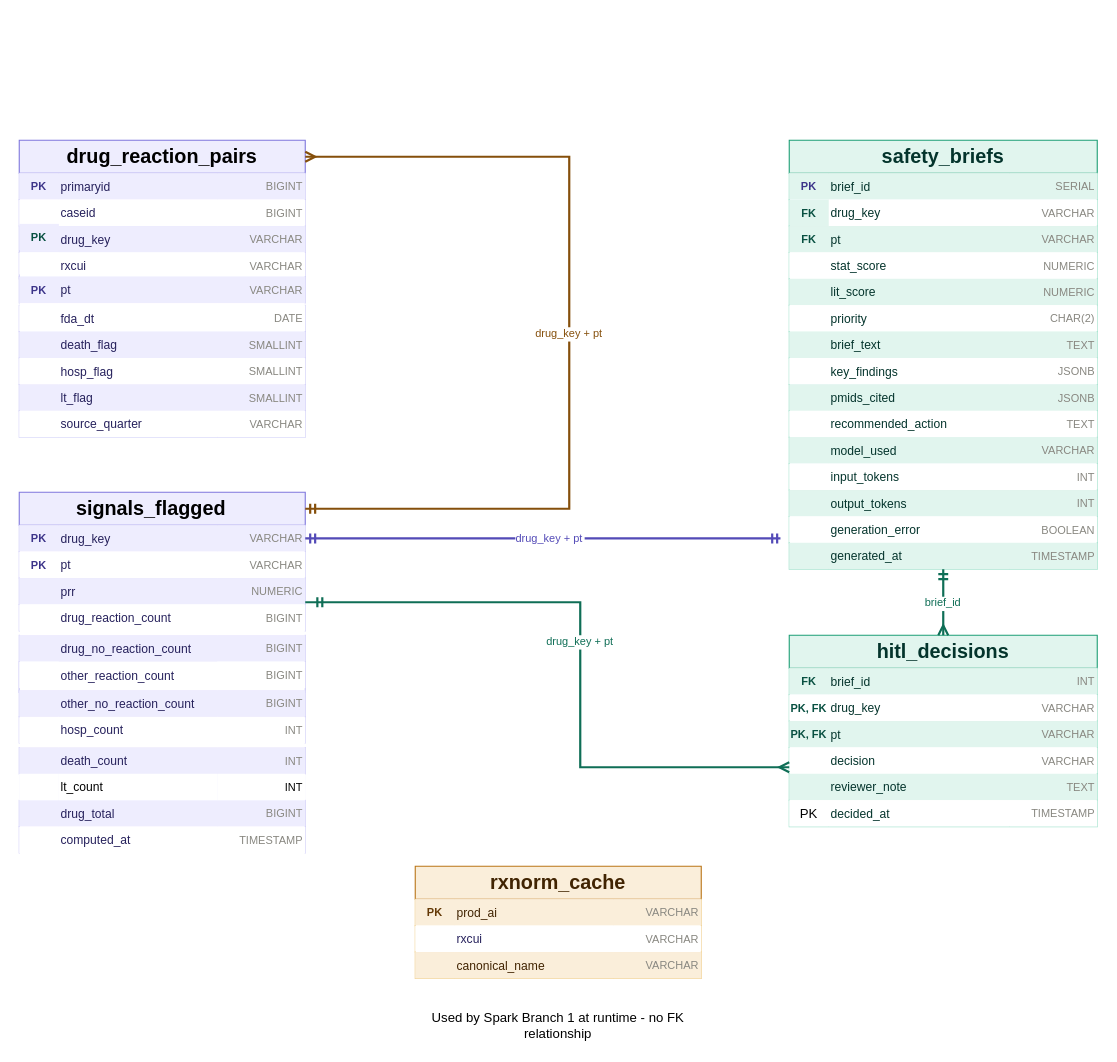
BigDataIA-Sat-Spring26-Team-2/Medsignal_Team2 keeps this draw.io diagram as data/erd/MedSignal ERD.drawio. Above is the earlier version. Source tidied: cells renumbered, new cells numbered last; positions are measured from the earlier drawing's top-left corner, leaving out a move shared by most shapes. Both pictures are drawn from the tidied source at 110%, with x=0, y=0 at pixel (19, 140).
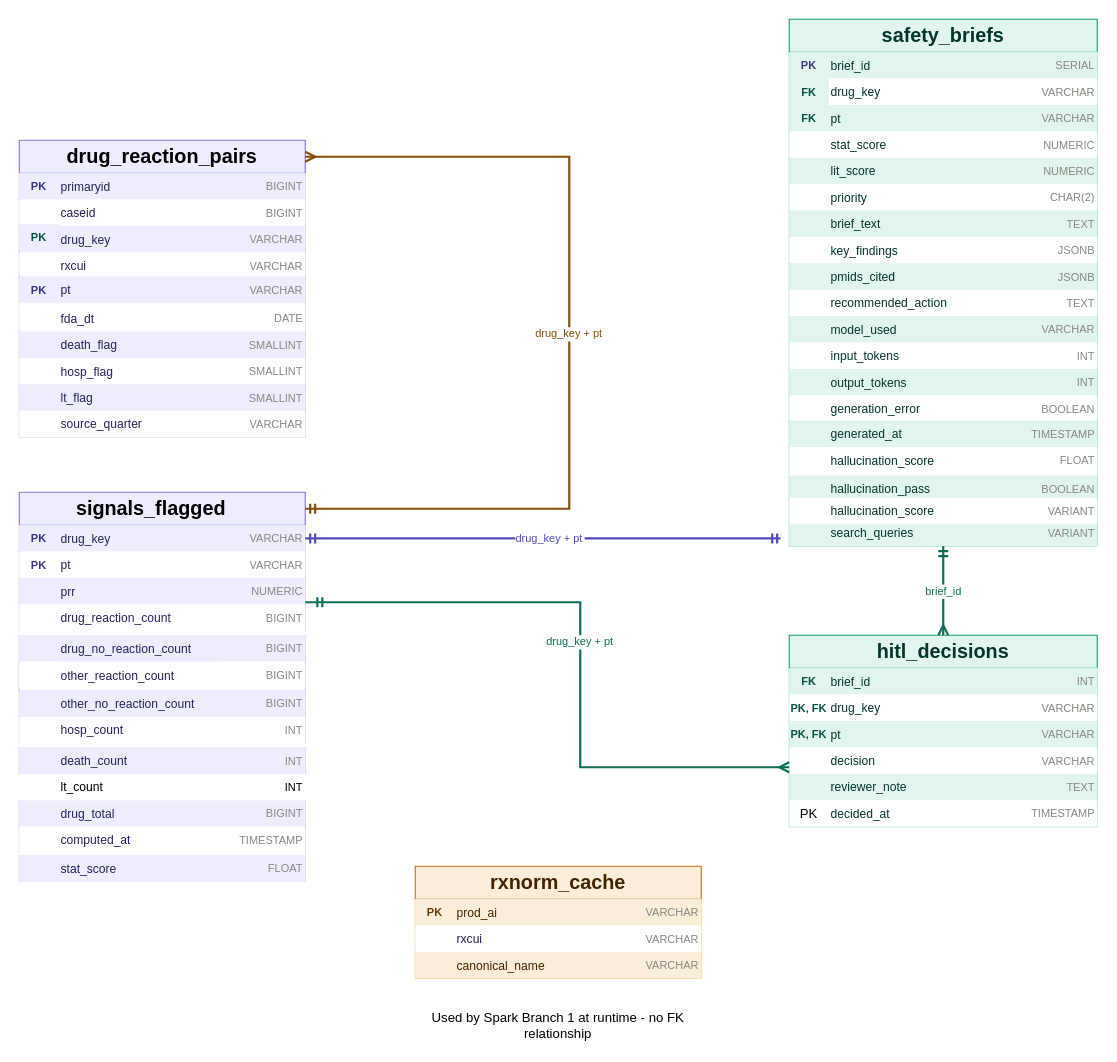
After the change.

Change to the diagram source:
```diff
@@
     <mxCell id="88" style="shape=tableRow;horizontal=0;startSize=0;swimlaneHead=1;swimlaneBody=0;fillColor=#E1F5EE;strokeColor=#1D9E75;fontStyle=1;align=center;fontColor=#04342C;fontSize=12;top=1;left=1;right=1;bottom=1;" parent="1" vertex="1">
-      <mxGeometry x="700" width="280" height="30" as="geometry" />
+      <mxGeometry x="700" y="-110" width="280" height="30" as="geometry" />
     </mxCell>
@@
     <mxCell id="90" style="shape=tableRow;horizontal=0;startSize=0;swimlaneHead=0;swimlaneBody=0;fillColor=#E1F5EE;strokeColor=#9FE1CB;top=0;left=1;right=1;bottom=0;" parent="1" vertex="1">
-      <mxGeometry x="700" y="30" width="280" height="24" as="geometry" />
+      <mxGeometry x="700" y="-80" width="280" height="24" as="geometry" />
     </mxCell>
@@
     <mxCell id="94" style="shape=tableRow;horizontal=0;startSize=0;swimlaneHead=0;swimlaneBody=0;fillColor=#ffffff;strokeColor=#9FE1CB;top=0;left=1;right=1;bottom=0;" parent="1" vertex="1">
-      <mxGeometry x="700" y="54" width="280" height="24" as="geometry" />
+      <mxGeometry x="700" y="-56" width="280" height="24" as="geometry" />
     </mxCell>
@@
     <mxCell id="98" style="shape=tableRow;horizontal=0;startSize=0;swimlaneHead=0;swimlaneBody=0;fillColor=#E1F5EE;strokeColor=#9FE1CB;top=0;left=1;right=1;bottom=0;" parent="1" vertex="1">
-      <mxGeometry x="700" y="78" width="280" height="24" as="geometry" />
+      <mxGeometry x="700" y="-32" width="280" height="24" as="geometry" />
     </mxCell>
@@
     <mxCell id="102" style="shape=tableRow;horizontal=0;startSize=0;swimlaneHead=0;swimlaneBody=0;fillColor=#ffffff;strokeColor=#9FE1CB;top=0;left=1;right=1;bottom=0;" parent="1" vertex="1">
-      <mxGeometry x="700" y="102" width="280" height="24" as="geometry" />
+      <mxGeometry x="700" y="-8" width="280" height="24" as="geometry" />
     </mxCell>
@@
     <mxCell id="106" style="shape=tableRow;horizontal=0;startSize=0;swimlaneHead=0;swimlaneBody=0;fillColor=#E1F5EE;strokeColor=#9FE1CB;top=0;left=1;right=1;bottom=0;" parent="1" vertex="1">
-      <mxGeometry x="700" y="126" width="280" height="24" as="geometry" />
+      <mxGeometry x="700" y="16" width="280" height="24" as="geometry" />
     </mxCell>
@@
     <mxCell id="110" style="shape=tableRow;horizontal=0;startSize=0;swimlaneHead=0;swimlaneBody=0;fillColor=#ffffff;strokeColor=#9FE1CB;top=0;left=1;right=1;bottom=0;" parent="1" vertex="1">
-      <mxGeometry x="700" y="150" width="280" height="24" as="geometry" />
+      <mxGeometry x="700" y="40" width="280" height="24" as="geometry" />
     </mxCell>
@@
     <mxCell id="114" style="shape=tableRow;horizontal=0;startSize=0;swimlaneHead=0;swimlaneBody=0;fillColor=#E1F5EE;strokeColor=#9FE1CB;top=0;left=1;right=1;bottom=0;" parent="1" vertex="1">
-      <mxGeometry x="700" y="174" width="280" height="24" as="geometry" />
+      <mxGeometry x="700" y="64" width="280" height="24" as="geometry" />
     </mxCell>
@@
     <mxCell id="118" style="shape=tableRow;horizontal=0;startSize=0;swimlaneHead=0;swimlaneBody=0;fillColor=#ffffff;strokeColor=#9FE1CB;top=0;left=1;right=1;bottom=0;" parent="1" vertex="1">
-      <mxGeometry x="700" y="198" width="280" height="24" as="geometry" />
+      <mxGeometry x="700" y="88" width="280" height="24" as="geometry" />
     </mxCell>
@@
     <mxCell id="122" style="shape=tableRow;horizontal=0;startSize=0;swimlaneHead=0;swimlaneBody=0;fillColor=#E1F5EE;strokeColor=#9FE1CB;top=0;left=1;right=1;bottom=0;" parent="1" vertex="1">
-      <mxGeometry x="700" y="222" width="280" height="24" as="geometry" />
+      <mxGeometry x="700" y="112" width="280" height="24" as="geometry" />
     </mxCell>
@@
     <mxCell id="126" style="shape=tableRow;horizontal=0;startSize=0;swimlaneHead=0;swimlaneBody=0;fillColor=#ffffff;strokeColor=#9FE1CB;top=0;left=1;right=1;bottom=0;" parent="1" vertex="1">
-      <mxGeometry x="700" y="246" width="280" height="24" as="geometry" />
+      <mxGeometry x="700" y="136" width="280" height="24" as="geometry" />
     </mxCell>
@@
     <mxCell id="130" style="shape=tableRow;horizontal=0;startSize=0;swimlaneHead=0;swimlaneBody=0;fillColor=#E1F5EE;strokeColor=#9FE1CB;top=0;left=1;right=1;bottom=0;" parent="1" vertex="1">
-      <mxGeometry x="700" y="270" width="280" height="24" as="geometry" />
+      <mxGeometry x="700" y="160" width="280" height="24" as="geometry" />
     </mxCell>
@@
     <mxCell id="134" style="shape=tableRow;horizontal=0;startSize=0;swimlaneHead=0;swimlaneBody=0;fillColor=#ffffff;strokeColor=#9FE1CB;top=0;left=1;right=1;bottom=0;" parent="1" vertex="1">
-      <mxGeometry x="700" y="294" width="280" height="24" as="geometry" />
+      <mxGeometry x="700" y="184" width="280" height="24" as="geometry" />
     </mxCell>
@@
     <mxCell id="138" style="shape=tableRow;horizontal=0;startSize=0;swimlaneHead=0;swimlaneBody=0;fillColor=#E1F5EE;strokeColor=#9FE1CB;top=0;left=1;right=1;bottom=0;" parent="1" vertex="1">
-      <mxGeometry x="700" y="318" width="280" height="24" as="geometry" />
+      <mxGeometry x="700" y="208" width="280" height="24" as="geometry" />
     </mxCell>
@@
     <mxCell id="142" style="shape=tableRow;horizontal=0;startSize=0;swimlaneHead=0;swimlaneBody=0;fillColor=#ffffff;strokeColor=#9FE1CB;top=0;left=1;right=1;bottom=0;" parent="1" vertex="1">
-      <mxGeometry x="700" y="342" width="280" height="24" as="geometry" />
+      <mxGeometry x="700" y="232" width="280" height="24" as="geometry" />
     </mxCell>
@@
     <mxCell id="146" style="shape=tableRow;horizontal=0;startSize=0;swimlaneHead=0;swimlaneBody=0;fillColor=#E1F5EE;strokeColor=#9FE1CB;top=0;left=1;right=1;bottom=1;" parent="1" vertex="1">
-      <mxGeometry x="700" y="366" width="280" height="24" as="geometry" />
+      <mxGeometry x="700" y="345" width="280" height="24" as="geometry" />
     </mxCell>
@@
-    <mxCell id="148" value="generated_at" style="shape=partialRectangle;overflow=hidden;fillColor=#E1F5EE;strokeColor=none;fontSize=11;fontColor=#04342C;align=left;" parent="146" vertex="1">
+    <mxCell id="148" value="search_queries" style="shape=partialRectangle;overflow=hidden;fillColor=#E1F5EE;strokeColor=none;fontSize=11;fontColor=#04342C;align=left;" parent="146" vertex="1">
       <mxGeometry x="36" width="164" height="24" as="geometry" />
     </mxCell>
-    <mxCell id="149" value="TIMESTAMP" style="shape=partialRectangle;overflow=hidden;fillColor=#E1F5EE;strokeColor=none;fontSize=10;fontColor=#888780;align=right;" parent="146" vertex="1">
+    <mxCell id="149" value="VARIANT" style="shape=partialRectangle;overflow=hidden;fillColor=#E1F5EE;strokeColor=none;fontSize=10;fontColor=#888780;align=right;" parent="146" vertex="1">
       <mxGeometry x="200" width="80" height="24" as="geometry" />
     </mxCell>
@@
-    <mxCell id="177" value="brief_id" style="edgeStyle=orthogonalEdgeStyle;rounded=0;orthogonalLoop=1;jettySize=auto;strokeColor=#0F6E56;strokeWidth=2;fontColor=#0F6E56;fontSize=10;endArrow=ERmany;endFill=0;startArrow=ERmandOne;startFill=0;" parent="1" edge="1">
+    <mxCell id="177" value="brief_id" style="edgeStyle=orthogonalEdgeStyle;rounded=0;jettySize=auto;strokeColor=#0F6E56;strokeWidth=2;fontColor=#0F6E56;fontSize=10;endArrow=ERmany;endFill=0;startArrow=ERmandOne;startFill=0;exitX=0.5;exitY=1;exitDx=0;exitDy=0;" parent="1" edge="1" source="146">
       <mxGeometry relative="1" as="geometry">
-        <mxPoint x="840" y="390" as="sourcePoint" />
         <mxPoint x="840" y="450" as="targetPoint" />
-        <Array as="points">
-          <mxPoint x="840" y="420" />
-          <mxPoint x="840" y="465" />
-        </Array>
       </mxGeometry>
     </mxCell>
@@
+    <mxCell id="201" style="shape=tableRow;horizontal=0;startSize=0;swimlaneHead=0;swimlaneBody=0;fillColor=#EEEDFE;strokeColor=#d0cef7;top=0;left=1;right=1;bottom=0;" parent="1" vertex="1">
+      <mxGeometry y="650" width="260" height="24" as="geometry" />
+    </mxCell>
+    <mxCell id="202" style="shape=partialRectangle;overflow=hidden;fillColor=#EEEDFE;strokeColor=none;" parent="201" vertex="1">
+      <mxGeometry width="36" height="24" as="geometry" />
+    </mxCell>
+    <mxCell id="203" value="stat_score" style="shape=partialRectangle;overflow=hidden;fillColor=#EEEDFE;strokeColor=none;fontSize=11;fontColor=#26215C;align=left;" parent="201" vertex="1">
+      <mxGeometry x="36" width="144" height="24" as="geometry" />
+    </mxCell>
+    <mxCell id="204" value="FLOAT" style="shape=partialRectangle;overflow=hidden;fillColor=#EEEDFE;strokeColor=none;fontSize=10;fontColor=#888780;align=right;" parent="201" vertex="1">
+      <mxGeometry x="180" width="80" height="24" as="geometry" />
+    </mxCell>
+    <mxCell id="205" style="shape=tableRow;horizontal=0;startSize=0;swimlaneHead=0;swimlaneBody=0;fillColor=#E1F5EE;strokeColor=#9FE1CB;top=0;left=1;right=1;bottom=0;" parent="1" vertex="1">
+      <mxGeometry x="700" y="255" width="280" height="24" as="geometry" />
+    </mxCell>
+    <mxCell id="206" style="shape=partialRectangle;overflow=hidden;fillColor=#E1F5EE;strokeColor=none;" parent="205" vertex="1">
+      <mxGeometry width="36" height="24" as="geometry" />
+    </mxCell>
+    <mxCell id="207" value="generated_at" style="shape=partialRectangle;overflow=hidden;fillColor=#E1F5EE;strokeColor=none;fontSize=11;fontColor=#04342C;align=left;" parent="205" vertex="1">
+      <mxGeometry x="36" width="164" height="24" as="geometry" />
+    </mxCell>
+    <mxCell id="208" value="TIMESTAMP" style="shape=partialRectangle;overflow=hidden;fillColor=#E1F5EE;strokeColor=none;fontSize=10;fontColor=#888780;align=right;" parent="205" vertex="1">
+      <mxGeometry x="200" width="80" height="24" as="geometry" />
+    </mxCell>
+    <mxCell id="209" style="shape=tableRow;horizontal=0;startSize=0;swimlaneHead=0;swimlaneBody=0;fillColor=#E1F5EE;strokeColor=#9FE1CB;top=0;left=1;right=1;bottom=0;" parent="1" vertex="1">
+      <mxGeometry x="700" y="305" width="280" height="24" as="geometry" />
+    </mxCell>
+    <mxCell id="210" style="shape=partialRectangle;overflow=hidden;fillColor=#E1F5EE;strokeColor=none;" parent="209" vertex="1">
+      <mxGeometry width="36" height="24" as="geometry" />
+    </mxCell>
+    <mxCell id="211" value="hallucination_pass" style="shape=partialRectangle;overflow=hidden;fillColor=#E1F5EE;strokeColor=none;fontSize=11;fontColor=#04342C;align=left;" parent="209" vertex="1">
+      <mxGeometry x="36" width="164" height="24" as="geometry" />
+    </mxCell>
+    <mxCell id="212" value="BOOLEAN" style="shape=partialRectangle;overflow=hidden;fillColor=#E1F5EE;strokeColor=none;fontSize=10;fontColor=#888780;align=right;" parent="209" vertex="1">
+      <mxGeometry x="200" width="80" height="24" as="geometry" />
+    </mxCell>
+    <mxCell id="213" style="shape=tableRow;horizontal=0;startSize=0;swimlaneHead=0;swimlaneBody=0;fillColor=#ffffff;strokeColor=#9FE1CB;top=0;left=1;right=1;bottom=0;" parent="1" vertex="1">
+      <mxGeometry x="700" y="279" width="280" height="24" as="geometry" />
+    </mxCell>
+    <mxCell id="214" style="shape=partialRectangle;overflow=hidden;fillColor=#ffffff;strokeColor=none;" parent="213" vertex="1">
+      <mxGeometry width="36" height="24" as="geometry" />
+    </mxCell>
+    <mxCell id="215" value="hallucination_score" style="shape=partialRectangle;overflow=hidden;fillColor=#ffffff;strokeColor=none;fontSize=11;fontColor=#04342C;align=left;" parent="213" vertex="1">
+      <mxGeometry x="36" width="164" height="24" as="geometry" />
+    </mxCell>
+    <mxCell id="216" value="FLOAT" style="shape=partialRectangle;overflow=hidden;fillColor=#ffffff;strokeColor=none;fontSize=10;fontColor=#888780;align=right;" parent="213" vertex="1">
+      <mxGeometry x="200" width="80" height="24" as="geometry" />
+    </mxCell>
+    <mxCell id="217" style="shape=tableRow;horizontal=0;startSize=0;swimlaneHead=0;swimlaneBody=0;fillColor=#ffffff;strokeColor=#9FE1CB;top=0;left=1;right=1;bottom=0;" parent="1" vertex="1">
+      <mxGeometry x="700" y="325" width="280" height="24" as="geometry" />
+    </mxCell>
+    <mxCell id="218" style="shape=partialRectangle;overflow=hidden;fillColor=#ffffff;strokeColor=none;" parent="217" vertex="1">
+      <mxGeometry width="36" height="24" as="geometry" />
+    </mxCell>
+    <mxCell id="219" value="hallucination_score" style="shape=partialRectangle;overflow=hidden;fillColor=#ffffff;strokeColor=none;fontSize=11;fontColor=#04342C;align=left;" parent="217" vertex="1">
+      <mxGeometry x="36" width="164" height="24" as="geometry" />
+    </mxCell>
+    <mxCell id="220" value="VARIANT" style="shape=partialRectangle;overflow=hidden;fillColor=#ffffff;strokeColor=none;fontSize=10;fontColor=#888780;align=right;" parent="217" vertex="1">
+      <mxGeometry x="200" width="80" height="24" as="geometry" />
+    </mxCell>
```
